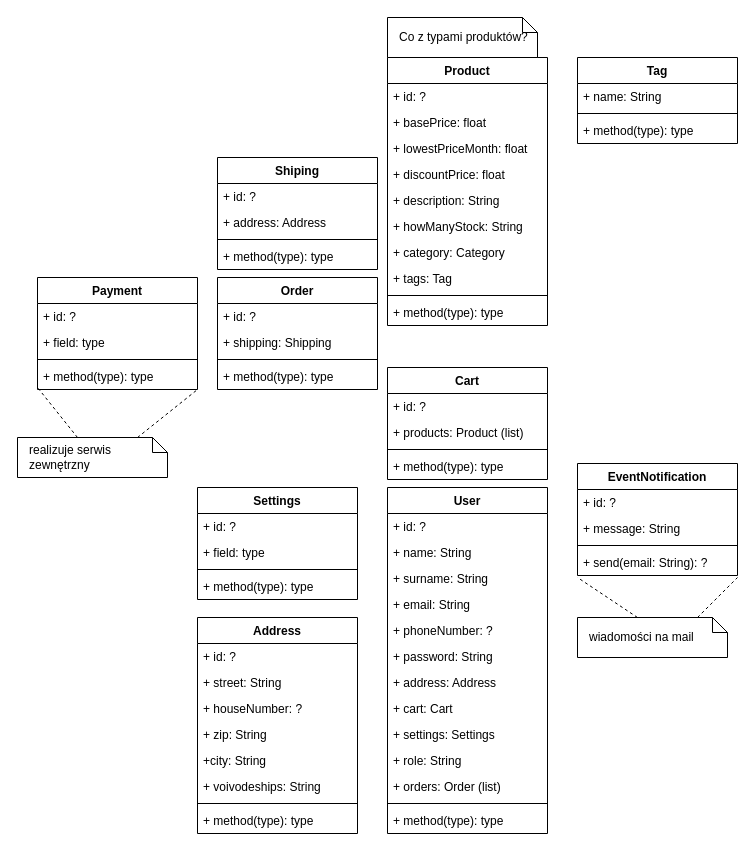
Before: Diagram bez tytułu.drawio in Wadowski-Mateusz/TO_project, a draw.io diagram. Source tidied: cells renumbered, new cells numbered last; positions are measured from the earlier drawing's top-left corner, leaving out a move shared by most shapes. Both pictures are drawn from the tidied source at 100%, with x=0, y=0 at pixel (17, 17).
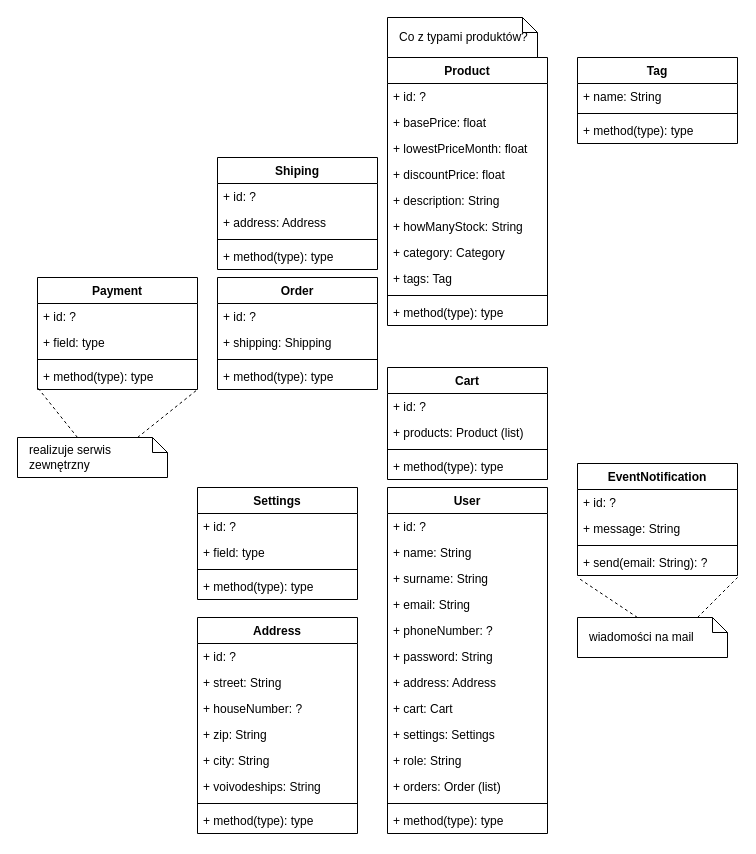
The same page after the edit.

Unchanged cells that the change refers to:
```xml
<mxCell id="37" value="Address" style="swimlane;fontStyle=1;align=center;verticalAlign=top;horizontal=1;startSize=26;" parent="1" vertex="1">
  <mxGeometry x="180" y="600" width="160" height="216" as="geometry" />
</mxCell>
```

Change to the diagram source:
```diff
@@
-    <mxCell id="42" value="+city: String" style="text;strokeColor=none;fillColor=none;align=left;verticalAlign=top;spacingLeft=4;spacingRight=4;overflow=hidden;" parent="37" vertex="1">
+    <mxCell id="42" value="+ city: String" style="text;strokeColor=none;fillColor=none;align=left;verticalAlign=top;spacingLeft=4;spacingRight=4;overflow=hidden;" parent="37" vertex="1">
       <mxGeometry y="130" width="160" height="26" as="geometry" />
     </mxCell>
```
